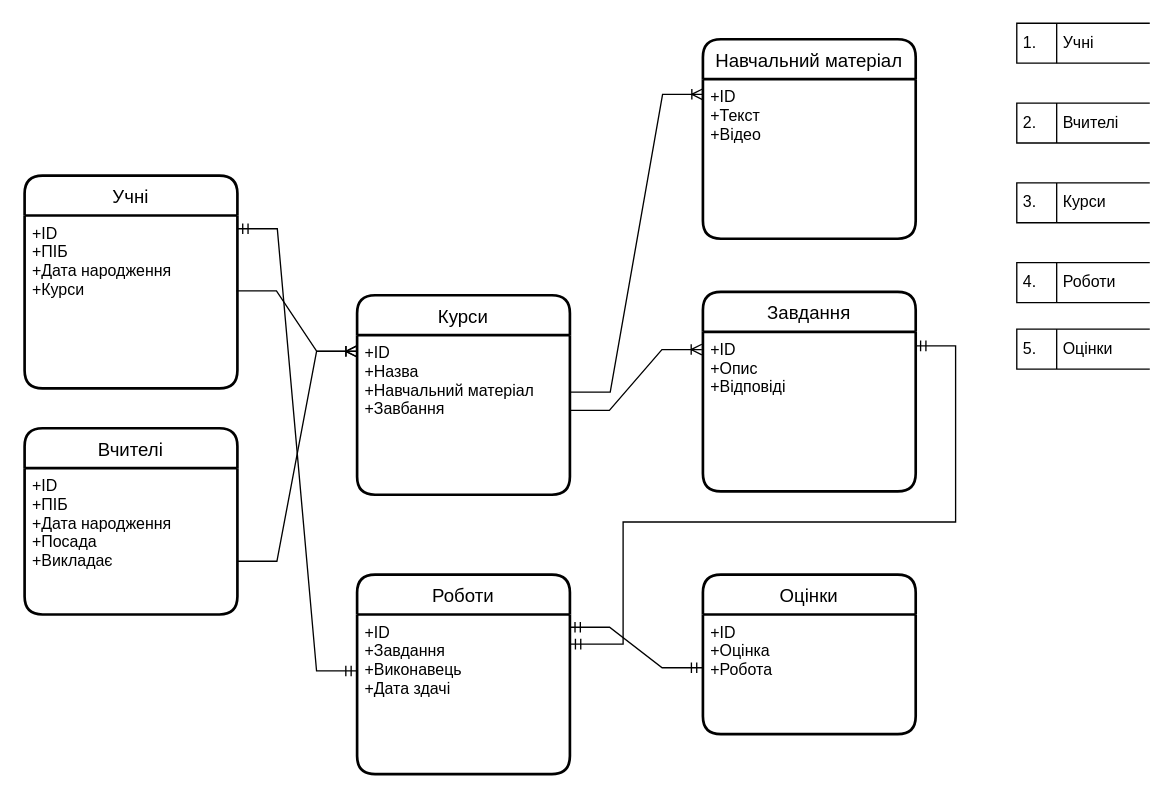
The draw.io diagram page "idef1x" (5 of 5) of LR2.drawio in SlayVic/Charts, before the edit. Source tidied: cells renumbered, new cells numbered last; positions are measured from the earlier drawing's top-left corner, leaving out a move shared by most shapes. Both pictures are drawn from the tidied source at 133%, with x=0, y=0 at pixel (24, 23).
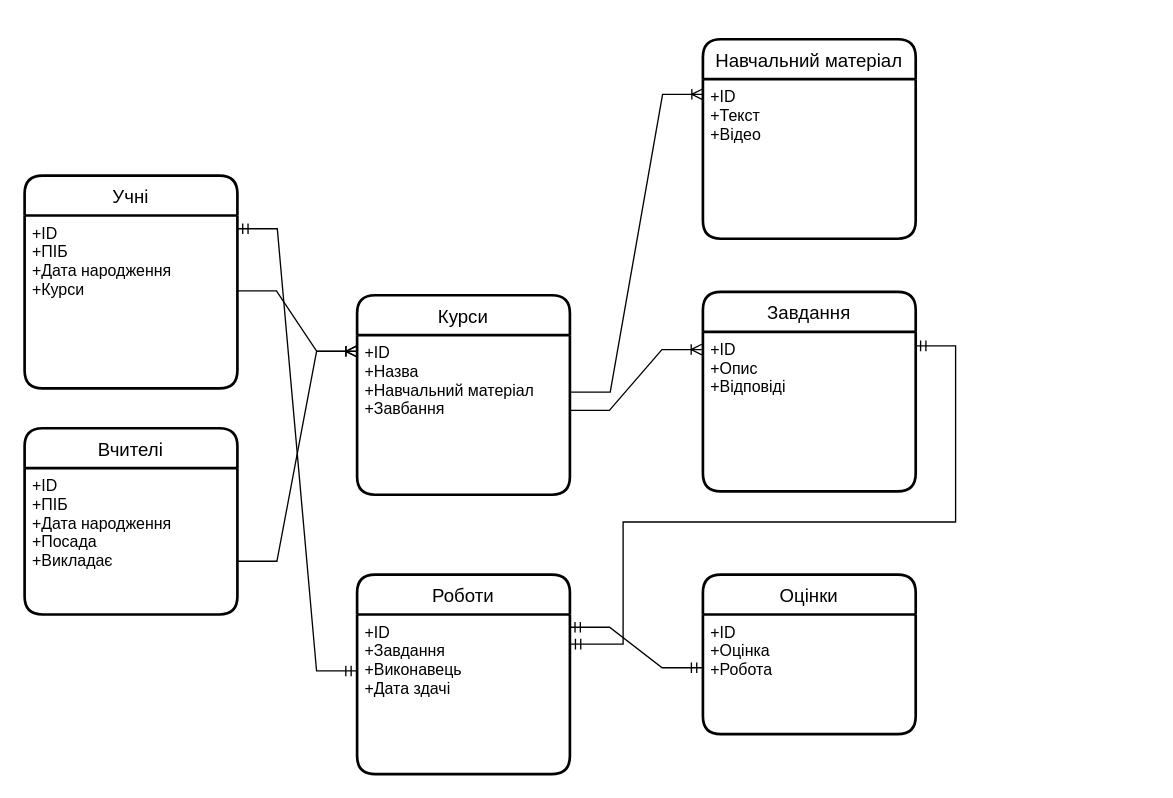
The same diagram, later.

Diff of the diagram source:
```diff
@@
-    <mxCell id="11" value="1.&amp;nbsp; &amp;nbsp; &amp;nbsp; Учні" style="html=1;dashed=0;whitespace=wrap;shape=mxgraph.dfd.dataStoreID;align=left;spacingLeft=3;" parent="1" vertex="1">
-      <mxGeometry x="746" width="100" height="30" as="geometry" />
-    </mxCell>
-    <mxCell id="12" value="2.&amp;nbsp; &amp;nbsp; &amp;nbsp; Вчителі" style="html=1;dashed=0;whitespace=wrap;shape=mxgraph.dfd.dataStoreID;align=left;spacingLeft=3;" parent="1" vertex="1">
-      <mxGeometry x="746" y="60" width="100" height="30" as="geometry" />
-    </mxCell>
-    <mxCell id="13" value="3.&amp;nbsp; &amp;nbsp; &amp;nbsp; Курси" style="html=1;dashed=0;whitespace=wrap;shape=mxgraph.dfd.dataStoreID;align=left;spacingLeft=3;" parent="1" vertex="1">
-      <mxGeometry x="746" y="120" width="100" height="30" as="geometry" />
-    </mxCell>
-    <mxCell id="14" value="4.&amp;nbsp; &amp;nbsp; &amp;nbsp; Роботи" style="html=1;dashed=0;whitespace=wrap;shape=mxgraph.dfd.dataStoreID;align=left;spacingLeft=3;" parent="1" vertex="1">
-      <mxGeometry x="746" y="180" width="100" height="30" as="geometry" />
-    </mxCell>
-    <mxCell id="15" value="5.&amp;nbsp; &amp;nbsp; &amp;nbsp; Оцінки" style="html=1;dashed=0;whitespace=wrap;shape=mxgraph.dfd.dataStoreID;align=left;spacingLeft=3;" parent="1" vertex="1">
-      <mxGeometry x="746" y="230" width="100" height="30" as="geometry" />
-    </mxCell>
```
